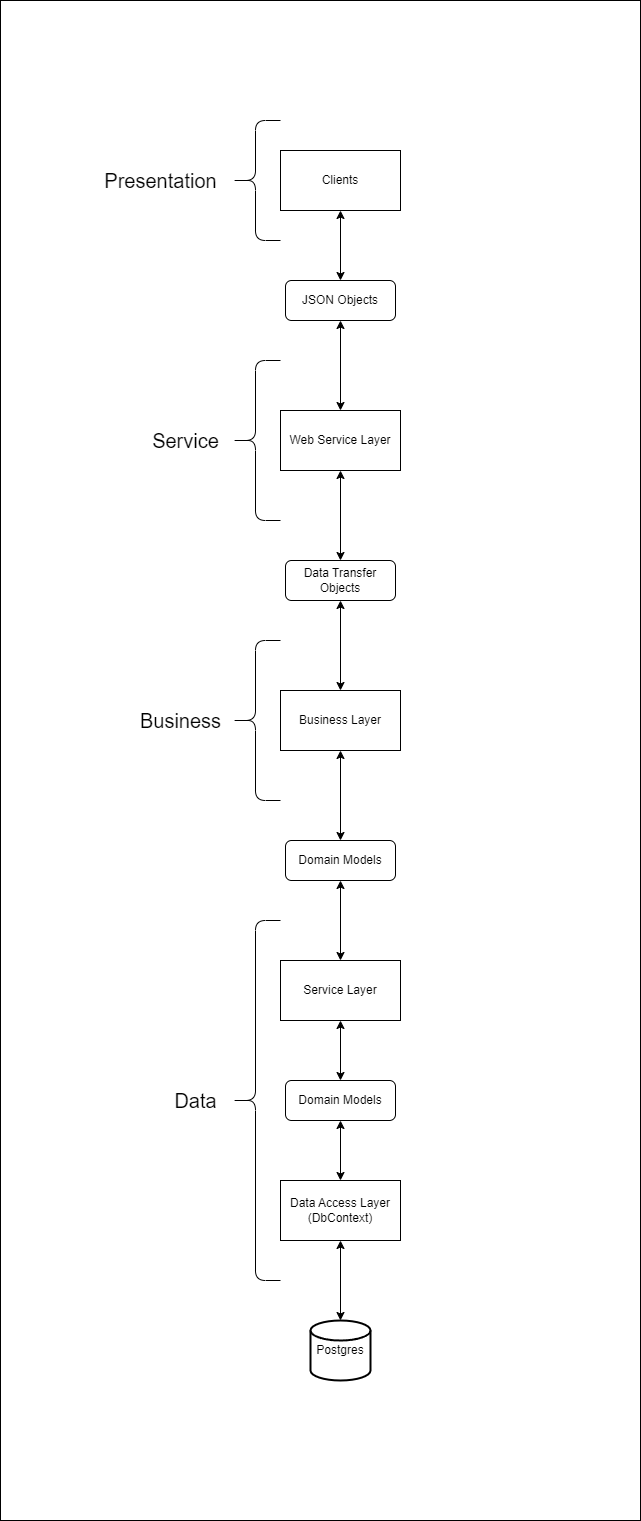
Above: docs/diagrams/backend_architecture.drawio.png in RUC-MSc-CS-CIT-2024/portfolio_subproject_2 (draw.io), before the change. Source tidied: cells renumbered, new cells last; positions are measured from the earlier drawing's top-left corner, leaving out a move shared by most shapes.
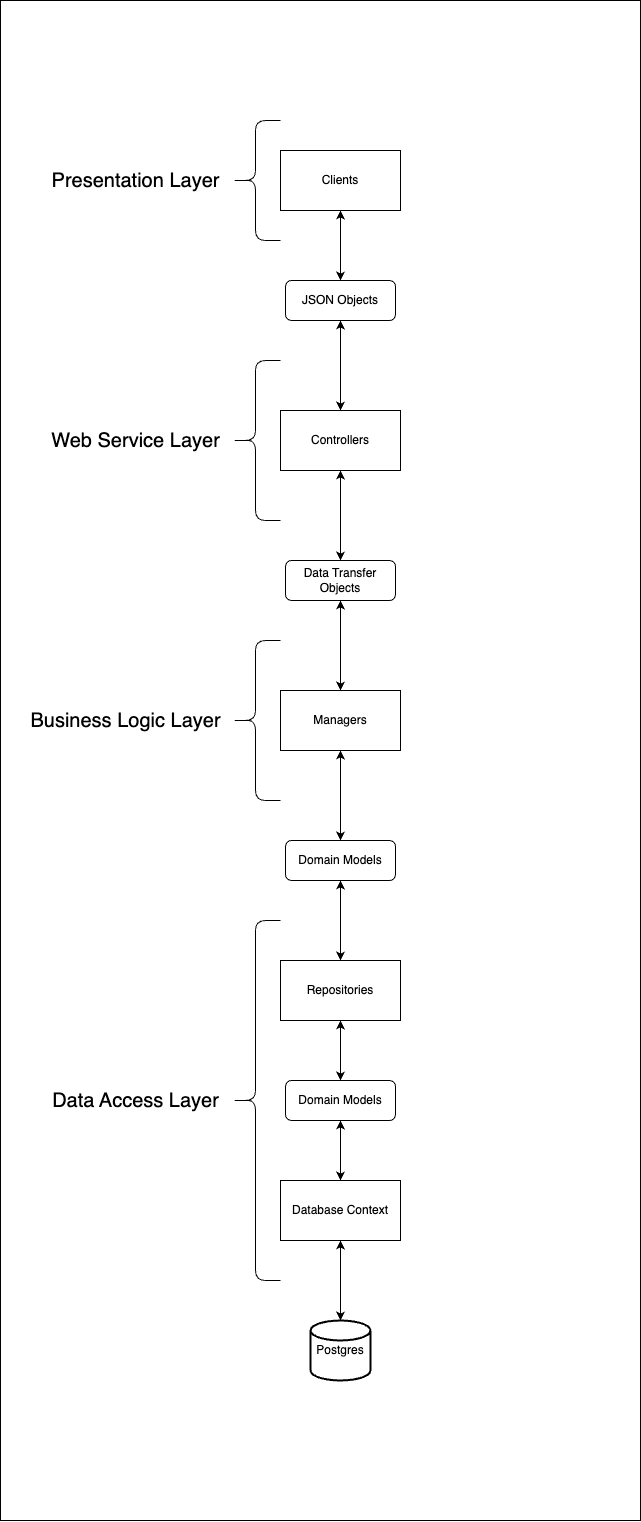
After the change.

Commit message:
docs: set up new structure

Change to the diagram source:
```diff
@@ -8,7 +8,7 @@
     <mxCell id="3" style="edgeStyle=orthogonalEdgeStyle;rounded=0;jettySize=auto;html=1;startArrow=classic;startFill=1;" parent="1" edge="1" source="4" target="5">
       <mxGeometry relative="1" as="geometry" />
     </mxCell>
-    <mxCell id="4" value="Data Access Layer&lt;br&gt;(DbContext)" style="rounded=0;whiteSpace=wrap;html=1;" parent="1" vertex="1">
+    <mxCell id="4" value="Database Context" style="rounded=0;whiteSpace=wrap;html=1;" parent="1" vertex="1">
       <mxGeometry x="280" y="1180" width="120" height="60" as="geometry" />
     </mxCell>
     <mxCell id="5" value="Postgres" style="strokeWidth=2;html=1;shape=mxgraph.flowchart.database;whiteSpace=wrap;" parent="1" vertex="1">
@@ -17,19 +17,19 @@
     <mxCell id="6" style="edgeStyle=orthogonalEdgeStyle;rounded=0;jettySize=auto;html=1;entryX=0.5;entryY=0;entryDx=0;entryDy=0;startArrow=classic;startFill=1;" parent="1" edge="1" source="7" target="19">
       <mxGeometry relative="1" as="geometry" />
     </mxCell>
-    <mxCell id="7" value="Business Layer" style="rounded=0;whiteSpace=wrap;html=1;" parent="1" vertex="1">
+    <mxCell id="7" value="Managers" style="rounded=0;whiteSpace=wrap;html=1;" parent="1" vertex="1">
       <mxGeometry x="280" y="690" width="120" height="60" as="geometry" />
     </mxCell>
     <mxCell id="8" style="edgeStyle=orthogonalEdgeStyle;rounded=0;jettySize=auto;html=1;entryX=0.5;entryY=0;entryDx=0;entryDy=0;startArrow=classic;startFill=1;" parent="1" edge="1" source="9" target="13">
       <mxGeometry relative="1" as="geometry" />
     </mxCell>
-    <mxCell id="9" value="Service Layer" style="rounded=0;whiteSpace=wrap;html=1;" parent="1" vertex="1">
+    <mxCell id="9" value="Repositories" style="rounded=0;whiteSpace=wrap;html=1;" parent="1" vertex="1">
       <mxGeometry x="280" y="960" width="120" height="60" as="geometry" />
     </mxCell>
     <mxCell id="10" style="edgeStyle=orthogonalEdgeStyle;rounded=0;jettySize=auto;html=1;startArrow=classic;startFill=1;" parent="1" edge="1" source="11" target="21">
       <mxGeometry relative="1" as="geometry" />
     </mxCell>
-    <mxCell id="11" value="Web Service Layer" style="rounded=0;whiteSpace=wrap;html=1;" parent="1" vertex="1">
+    <mxCell id="11" value="Controllers" style="rounded=0;whiteSpace=wrap;html=1;" parent="1" vertex="1">
       <mxGeometry x="280" y="410" width="120" height="60" as="geometry" />
     </mxCell>
     <mxCell id="12" style="edgeStyle=orthogonalEdgeStyle;rounded=0;jettySize=auto;html=1;startArrow=classic;startFill=1;" parent="1" edge="1" source="13" target="4">
@@ -41,14 +41,14 @@
     <mxCell id="14" style="shape=curlyBracket;whiteSpace=wrap;html=1;rounded=1;labelPosition=left;verticalLabelPosition=middle;align=right;verticalAlign=middle;" parent="1" vertex="1">
       <mxGeometry x="230" y="920" width="50" height="360" as="geometry" />
     </mxCell>
-    <mxCell id="15" value="&lt;div&gt;&lt;font style=&quot;font-size: 20px;&quot;&gt;Data&lt;/font&gt;&lt;/div&gt;" style="text;html=1;align=center;verticalAlign=middle;strokeColor=none;fillColor=none;" parent="1" vertex="1">
-      <mxGeometry x="160" y="1080" width="70" height="40" as="geometry" />
+    <mxCell id="15" value="&lt;div&gt;&lt;font style=&quot;font-size: 20px;&quot;&gt;Data Access Layer&lt;/font&gt;&lt;/div&gt;" style="text;html=1;align=center;verticalAlign=middle;strokeColor=none;fillColor=none;" parent="1" vertex="1">
+      <mxGeometry x="40" y="1080" width="190" height="40" as="geometry" />
     </mxCell>
     <mxCell id="16" style="shape=curlyBracket;whiteSpace=wrap;html=1;rounded=1;labelPosition=left;verticalLabelPosition=middle;align=right;verticalAlign=middle;" parent="1" vertex="1">
       <mxGeometry x="230" y="360" width="50" height="160" as="geometry" />
     </mxCell>
-    <mxCell id="17" value="&lt;font style=&quot;font-size: 20px;&quot;&gt;Service&lt;br&gt;&lt;/font&gt;" style="text;html=1;align=center;verticalAlign=middle;strokeColor=none;fillColor=none;" parent="1" vertex="1">
-      <mxGeometry x="140" y="420" width="90" height="40" as="geometry" />
+    <mxCell id="17" value="&lt;font style=&quot;font-size: 20px;&quot;&gt;Web Service Layer&lt;br&gt;&lt;/font&gt;" style="text;html=1;align=center;verticalAlign=middle;strokeColor=none;fillColor=none;" parent="1" vertex="1">
+      <mxGeometry x="40" y="420" width="190" height="40" as="geometry" />
     </mxCell>
     <mxCell id="18" style="edgeStyle=orthogonalEdgeStyle;rounded=0;jettySize=auto;html=1;entryX=0.5;entryY=0;entryDx=0;entryDy=0;startArrow=classic;startFill=1;" parent="1" edge="1" source="19" target="9">
       <mxGeometry relative="1" as="geometry" />
@@ -65,8 +65,8 @@
     <mxCell id="22" style="shape=curlyBracket;whiteSpace=wrap;html=1;rounded=1;labelPosition=left;verticalLabelPosition=middle;align=right;verticalAlign=middle;" parent="1" vertex="1">
       <mxGeometry x="230" y="120" width="50" height="120" as="geometry" />
     </mxCell>
-    <mxCell id="23" value="&lt;font style=&quot;font-size: 20px;&quot;&gt;Presentation&lt;/font&gt;" style="text;html=1;align=center;verticalAlign=middle;strokeColor=none;fillColor=none;" parent="1" vertex="1">
-      <mxGeometry x="90" y="160" width="140" height="40" as="geometry" />
+    <mxCell id="23" value="&lt;font style=&quot;font-size: 20px;&quot;&gt;Presentation Layer&lt;/font&gt;" style="text;html=1;align=center;verticalAlign=middle;strokeColor=none;fillColor=none;" parent="1" vertex="1">
+      <mxGeometry x="40" y="160" width="190" height="40" as="geometry" />
     </mxCell>
     <mxCell id="24" style="edgeStyle=orthogonalEdgeStyle;rounded=0;jettySize=auto;html=1;entryX=0.5;entryY=0;entryDx=0;entryDy=0;startArrow=classic;startFill=1;" parent="1" edge="1" source="25" target="27">
       <mxGeometry relative="1" as="geometry" />
@@ -83,8 +83,8 @@
     <mxCell id="28" style="shape=curlyBracket;whiteSpace=wrap;html=1;rounded=1;labelPosition=left;verticalLabelPosition=middle;align=right;verticalAlign=middle;" parent="1" vertex="1">
       <mxGeometry x="230" y="640" width="50" height="160" as="geometry" />
     </mxCell>
-    <mxCell id="29" value="&lt;font style=&quot;font-size: 20px;&quot;&gt;Business&lt;/font&gt;" style="text;html=1;align=center;verticalAlign=middle;strokeColor=none;fillColor=none;" parent="1" vertex="1">
-      <mxGeometry x="130" y="700" width="100" height="40" as="geometry" />
+    <mxCell id="29" value="&lt;font style=&quot;font-size: 20px;&quot;&gt;Business Logic Layer&lt;/font&gt;" style="text;html=1;align=center;verticalAlign=middle;strokeColor=none;fillColor=none;" parent="1" vertex="1">
+      <mxGeometry x="20" y="700" width="210" height="40" as="geometry" />
     </mxCell>
   </root>
 </mxGraphModel>
```
